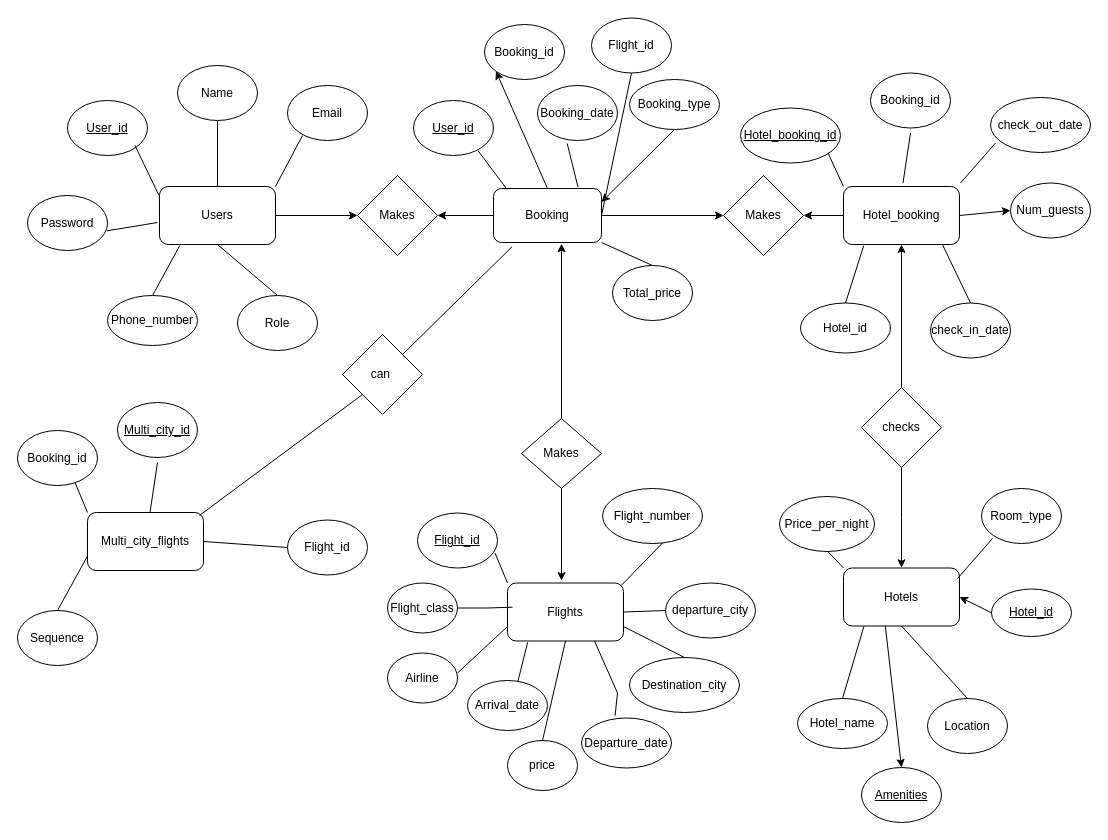
Before: Untitled Diagram.drawio in owaesomar/Airline-ERD, a draw.io diagram. Source tidied: cells renumbered, new cells numbered last; positions are measured from the earlier drawing's top-left corner, leaving out a move shared by most shapes. Both pictures are drawn from the tidied source at 100%, with x=0, y=0 at pixel (17, 17).
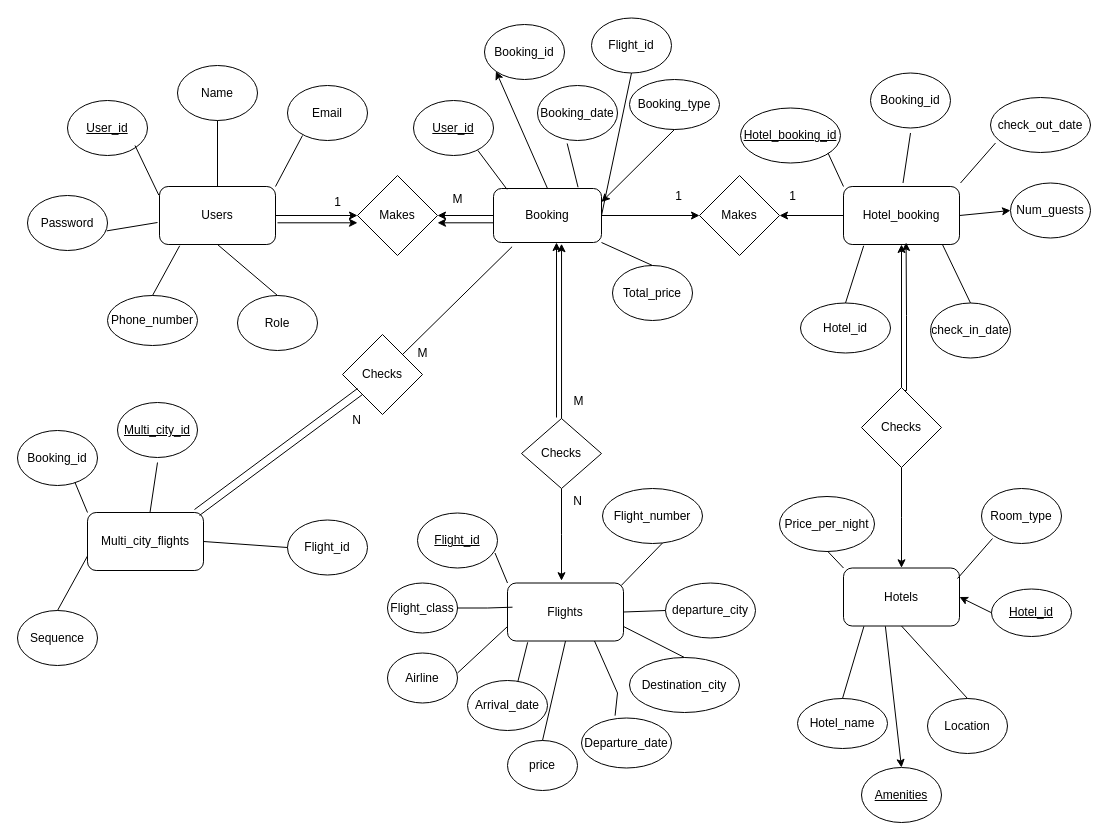
The same page after the edit.

Commit message:
erd airline management

Change to the diagram source:
```diff
@@
-    <mxCell id="40" value="Makes" style="rhombus;whiteSpace=wrap;html=1;" parent="1" vertex="1">
+    <mxCell id="40" value="Checks" style="rhombus;whiteSpace=wrap;html=1;" parent="1" vertex="1">
       <mxGeometry x="504" y="401" width="80" height="70" as="geometry" />
     </mxCell>
@@
-    <mxCell id="50" value="can&amp;nbsp;" style="rhombus;whiteSpace=wrap;html=1;" parent="1" vertex="1">
+    <mxCell id="50" value="Checks" style="rhombus;whiteSpace=wrap;html=1;" parent="1" vertex="1">
       <mxGeometry x="325" y="317" width="80" height="80" as="geometry" />
     </mxCell>
@@
     <mxCell id="79" value="Makes" style="rhombus;whiteSpace=wrap;html=1;" parent="1" vertex="1">
-      <mxGeometry x="706" y="158" width="80" height="80" as="geometry" />
+      <mxGeometry x="682" y="158" width="80" height="80" as="geometry" />
     </mxCell>
@@
-    <mxCell id="96" value="checks" style="rhombus;whiteSpace=wrap;html=1;" parent="1" vertex="1">
+    <mxCell id="96" value="Checks" style="rhombus;whiteSpace=wrap;html=1;" parent="1" vertex="1">
       <mxGeometry x="844" y="370" width="80" height="80" as="geometry" />
     </mxCell>
+    <mxCell id="97" value="1" style="text;html=1;align=center;verticalAlign=middle;strokeColor=none;fillColor=none;" parent="1" vertex="1">
+      <mxGeometry x="307" y="172" width="25" height="26" as="geometry" />
+    </mxCell>
+    <mxCell id="98" value="M" style="text;html=1;align=center;verticalAlign=middle;strokeColor=none;fillColor=none;" parent="1" vertex="1">
+      <mxGeometry x="426" y="169" width="28" height="26" as="geometry" />
+    </mxCell>
+    <mxCell id="99" value="M" style="text;html=1;align=center;verticalAlign=middle;strokeColor=none;fillColor=none;" parent="1" vertex="1">
+      <mxGeometry x="547" y="371" width="28" height="26" as="geometry" />
+    </mxCell>
+    <mxCell id="100" value="N" style="text;html=1;align=center;verticalAlign=middle;strokeColor=none;fillColor=none;" parent="1" vertex="1">
+      <mxGeometry x="546.5" y="471" width="27" height="26" as="geometry" />
+    </mxCell>
+    <mxCell id="101" value="1" style="text;html=1;align=center;verticalAlign=middle;strokeColor=none;fillColor=none;" parent="1" vertex="1">
+      <mxGeometry x="648" y="165.5" width="25" height="26" as="geometry" />
+    </mxCell>
+    <mxCell id="102" value="1" style="text;html=1;align=center;verticalAlign=middle;strokeColor=none;fillColor=none;" parent="1" vertex="1">
+      <mxGeometry x="762" y="165.5" width="25" height="26" as="geometry" />
+    </mxCell>
+    <mxCell id="103" value="M" style="text;html=1;align=center;verticalAlign=middle;strokeColor=none;fillColor=none;" parent="1" vertex="1">
+      <mxGeometry x="391" y="323" width="28" height="26" as="geometry" />
+    </mxCell>
+    <mxCell id="104" value="N" style="text;html=1;align=center;verticalAlign=middle;strokeColor=none;fillColor=none;" parent="1" vertex="1">
+      <mxGeometry x="325" y="390" width="27" height="26" as="geometry" />
+    </mxCell>
+    <mxCell id="105" style="edgeStyle=none;orthogonalLoop=1;jettySize=auto;html=1;rounded=0;" parent="1" edge="1">
+      <mxGeometry relative="1" as="geometry">
+        <mxPoint x="260" y="205.3" as="sourcePoint" />
+        <mxPoint x="340" y="205.3" as="targetPoint" />
+      </mxGeometry>
+    </mxCell>
+    <mxCell id="106" style="edgeStyle=orthogonalEdgeStyle;rounded=0;orthogonalLoop=1;jettySize=auto;html=1;exitX=0;exitY=0.5;exitDx=0;exitDy=0;entryX=1;entryY=0.5;entryDx=0;entryDy=0;" parent="1" edge="1">
+      <mxGeometry relative="1" as="geometry">
+        <mxPoint x="476" y="205.3" as="sourcePoint" />
+        <mxPoint x="420" y="205.3" as="targetPoint" />
+      </mxGeometry>
+    </mxCell>
+    <mxCell id="107" style="edgeStyle=orthogonalEdgeStyle;rounded=0;orthogonalLoop=1;jettySize=auto;html=1;entryX=0.63;entryY=1.023;entryDx=0;entryDy=0;entryPerimeter=0;" parent="1" edge="1">
+      <mxGeometry relative="1" as="geometry">
+        <mxPoint x="539" y="400" as="sourcePoint" />
+        <mxPoint x="539" y="225" as="targetPoint" />
+      </mxGeometry>
+    </mxCell>
+    <mxCell id="108" style="endArrow=none;html=1;rounded=0;entryX=0;entryY=1;entryDx=0;entryDy=0;exitX=0.966;exitY=0.05;exitDx=0;exitDy=0;exitPerimeter=0;" parent="1" edge="1">
+      <mxGeometry relative="1" as="geometry">
+        <mxPoint x="177" y="492" as="sourcePoint" />
+        <mxPoint x="340" y="371" as="targetPoint" />
+      </mxGeometry>
+    </mxCell>
+    <mxCell id="109" style="edgeStyle=orthogonalEdgeStyle;rounded=0;orthogonalLoop=1;jettySize=auto;html=1;entryX=0.5;entryY=1;entryDx=0;entryDy=0;exitX=0.583;exitY=0.038;exitDx=0;exitDy=0;exitPerimeter=0;" parent="1" edge="1">
+      <mxGeometry relative="1" as="geometry">
+        <mxPoint x="887" y="373" as="sourcePoint" />
+        <mxPoint x="888.6" y="225" as="targetPoint" />
+        <Array as="points">
+          <mxPoint x="889" y="373" />
+          <mxPoint x="889" y="298" />
+        </Array>
+      </mxGeometry>
+    </mxCell>
```
